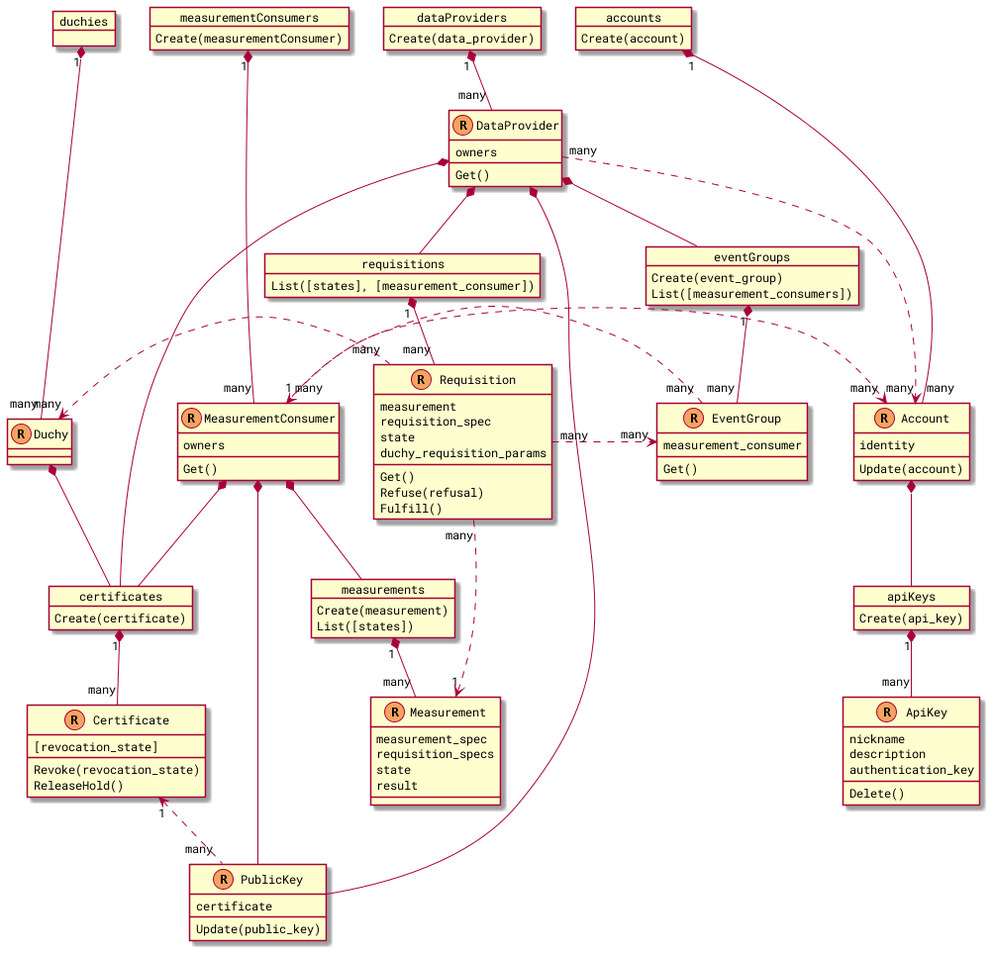
world-federation-of-advertisers/cross-media-measurement-api keeps this PlantUML diagram as docs/diagrams/api_resources.png. Above is the earlier version. Its source is kept beside it as docs/diagrams/api_resources.pu.
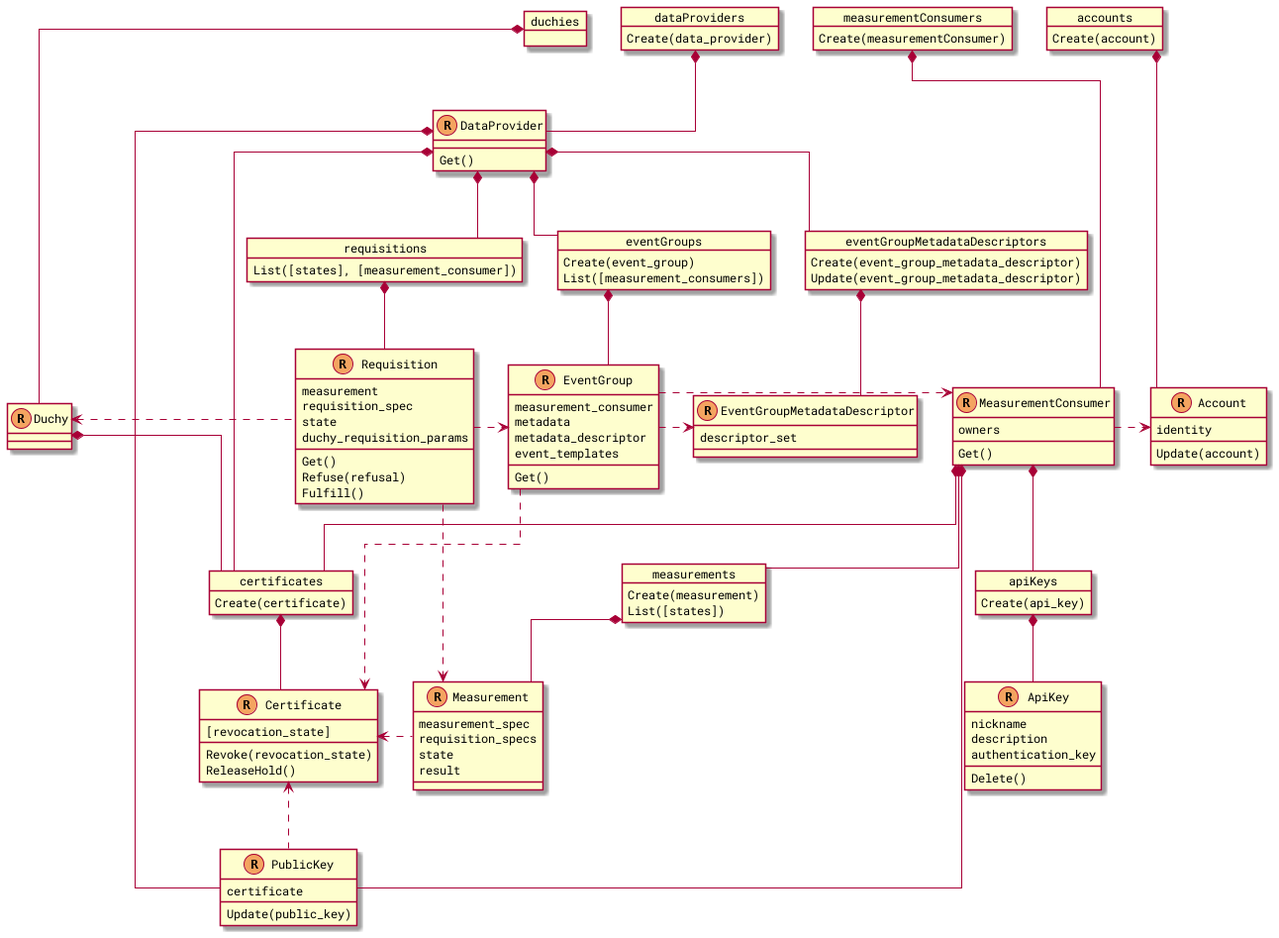
Later version of the same file.

Commit message:
Update resource diagram to match current relationships.

What changed in the source:
```diff
@@ -4,7 +4,7 @@
   class $type << (R, SandyBrown) >>
 !endprocedure
 !unquoted procedure collection($name, $type)
-  $name "1" *-- "many" $type
+  $name *-- $type
   object $name
 !endprocedure
 
@@ -12,6 +12,7 @@
   fontName "Roboto Mono"
   fontSize 12
 }
+skinparam linetype ortho
 
 resource(Certificate) {
   [revocation_state]
@@ -26,7 +27,6 @@
 resource(Duchy) {
 }
 resource(DataProvider) {
-  owners
   Get()
 }
 resource(MeasurementConsumer) {
@@ -47,11 +47,11 @@
 together {
   collection(duchies, Duchy) {
   }
+  collection(dataProviders, DataProvider) {
+    Create(data_provider)
+  }
   collection(measurementConsumers, MeasurementConsumer) {
     Create(measurementConsumer)
-  }
-  collection(dataProviders, DataProvider) {
-    Create(data_provider)
   }
   collection(accounts, Account) {
     Create(account)
@@ -67,6 +67,10 @@
 collection(eventGroups, EventGroup) {
   Create(event_group)
   List([measurement_consumers])
+}
+collection(eventGroupMetadataDescriptors, EventGroupMetadataDescriptor) {
+  Create(event_group_metadata_descriptor)
+  Update(event_group_metadata_descriptor)
 }
 collection(measurements, Measurement) {
   Create(measurement)
@@ -87,7 +91,13 @@
 }
 resource(EventGroup) {
   measurement_consumer
+  metadata
+  metadata_descriptor
+  event_templates
   Get()
+}
+resource(EventGroupMetadataDescriptor) {
+  descriptor_set
 }
 resource(ApiKey) {
   nickname
@@ -96,27 +106,30 @@
   Delete()
 }
 
-Certificate "1" <.. "many" PublicKey
+Certificate <.. PublicKey
 
 Duchy *-- certificates
 
 DataProvider *-- eventGroups
 DataProvider *-- requisitions
 DataProvider *-- certificates
+DataProvider *-- eventGroupMetadataDescriptors
 DataProvider *-- PublicKey
-EventGroup "many" .> "1" MeasurementConsumer
 
+EventGroup .> MeasurementConsumer
+EventGroup .> Certificate
+EventGroup .> EventGroupMetadataDescriptor
 
-Requisition "many" .> "many" EventGroup
-Requisition "many" .> "1" Measurement
-Duchy "many" <. "many" Requisition
+Requisition .> EventGroup
+Requisition .> Measurement
+Duchy <. Requisition
 
 MeasurementConsumer *-- measurements
 MeasurementConsumer *-- certificates
 MeasurementConsumer *-- PublicKey
+MeasurementConsumer *-- apiKeys
+MeasurementConsumer .> Account
 
-Account *-- apiKeys
-MeasurementConsumer "many" .> " many" Account
-DataProvider "many" .> "many" Account
+Certificate <. Measurement
 
 @enduml
```
